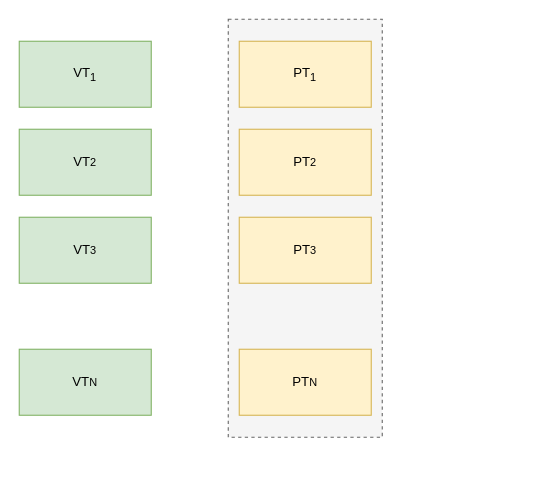
The draw.io diagram springboot-sandbox-server/src/main/resources/VirtualThreads.drawio in rixlabs/springboot-sandbox, before the edit. Source tidied: cells renumbered, new cells numbered last; positions are measured from the earlier drawing's top-left corner, leaving out a move shared by most shapes. Both pictures are drawn from the tidied source at 110%, with x=0, y=0 at pixel (19, 19).
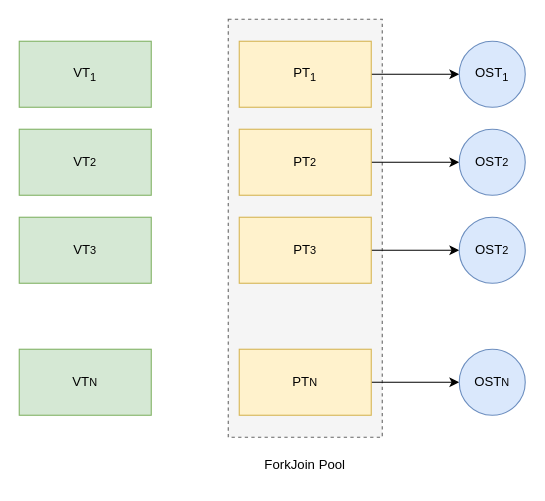
The same page after the edit.

The edit, as a diff of the source:
```diff
@@
 <mxGraphModel>
   <root>
     <mxCell id="0" />
     <mxCell id="1" parent="0" />
     <mxCell id="2" value="VT&lt;sub&gt;1&lt;/sub&gt;" style="rounded=0;whiteSpace=wrap;html=1;fillColor=#d5e8d4;strokeColor=#82b366;" parent="1" vertex="1">
       <mxGeometry y="20" width="120" height="60" as="geometry" />
     </mxCell>
     <mxCell id="3" value="VT&lt;span style=&quot;font-size: 10px;&quot;&gt;2&lt;/span&gt;" style="rounded=0;whiteSpace=wrap;html=1;fillColor=#d5e8d4;strokeColor=#82b366;" parent="1" vertex="1">
       <mxGeometry y="100" width="120" height="60" as="geometry" />
     </mxCell>
     <mxCell id="4" value="VT&lt;span style=&quot;font-size: 10px;&quot;&gt;3&lt;/span&gt;" style="rounded=0;whiteSpace=wrap;html=1;fillColor=#d5e8d4;strokeColor=#82b366;" parent="1" vertex="1">
       <mxGeometry y="180" width="120" height="60" as="geometry" />
     </mxCell>
     <mxCell id="5" value="VT&lt;span style=&quot;font-size: 10px;&quot;&gt;N&lt;/span&gt;" style="rounded=0;whiteSpace=wrap;html=1;fillColor=#d5e8d4;strokeColor=#82b366;" parent="1" vertex="1">
       <mxGeometry y="300" width="120" height="60" as="geometry" />
     </mxCell>
     <mxCell id="6" style="rounded=0;whiteSpace=wrap;html=1;dashed=1;fillColor=#f5f5f5;fontColor=#333333;strokeColor=#666666;" parent="1" vertex="1">
       <mxGeometry x="190" width="140" height="380" as="geometry" />
     </mxCell>
+    <mxCell id="11" style="edgeStyle=orthogonalEdgeStyle;rounded=0;jettySize=auto;html=1;" parent="1" edge="1" source="7" target="16">
+      <mxGeometry relative="1" as="geometry" />
+    </mxCell>
     <mxCell id="7" value="PT&lt;sub&gt;1&lt;/sub&gt;" style="rounded=0;whiteSpace=wrap;html=1;fillColor=#fff2cc;strokeColor=#d6b656;" parent="1" vertex="1">
       <mxGeometry x="200" y="20" width="120" height="60" as="geometry" />
     </mxCell>
+    <mxCell id="12" style="edgeStyle=orthogonalEdgeStyle;rounded=0;jettySize=auto;html=1;" parent="1" edge="1" source="8" target="17">
+      <mxGeometry relative="1" as="geometry" />
+    </mxCell>
     <mxCell id="8" value="PT&lt;span style=&quot;font-size: 10px;&quot;&gt;2&lt;/span&gt;" style="rounded=0;whiteSpace=wrap;html=1;fillColor=#fff2cc;strokeColor=#d6b656;" parent="1" vertex="1">
       <mxGeometry x="200" y="100" width="120" height="60" as="geometry" />
     </mxCell>
+    <mxCell id="13" style="edgeStyle=orthogonalEdgeStyle;rounded=0;jettySize=auto;html=1;" parent="1" edge="1" source="9" target="18">
+      <mxGeometry relative="1" as="geometry" />
+    </mxCell>
     <mxCell id="9" value="PT&lt;span style=&quot;font-size: 10px;&quot;&gt;3&lt;/span&gt;" style="rounded=0;whiteSpace=wrap;html=1;fillColor=#fff2cc;strokeColor=#d6b656;" parent="1" vertex="1">
       <mxGeometry x="200" y="180" width="120" height="60" as="geometry" />
     </mxCell>
+    <mxCell id="14" style="edgeStyle=orthogonalEdgeStyle;rounded=0;jettySize=auto;html=1;" parent="1" edge="1" source="10" target="19">
+      <mxGeometry relative="1" as="geometry" />
+    </mxCell>
     <mxCell id="10" value="PT&lt;span style=&quot;font-size: 10px;&quot;&gt;N&lt;/span&gt;" style="rounded=0;whiteSpace=wrap;html=1;fillColor=#fff2cc;strokeColor=#d6b656;" parent="1" vertex="1">
       <mxGeometry x="200" y="300" width="120" height="60" as="geometry" />
     </mxCell>
+    <mxCell id="15" value="ForkJoin Pool" style="text;html=1;strokeColor=none;fillColor=none;align=center;verticalAlign=middle;whiteSpace=wrap;rounded=0;" parent="1" vertex="1">
+      <mxGeometry x="220" y="390" width="80" height="30" as="geometry" />
+    </mxCell>
+    <mxCell id="16" value="OST&lt;sub&gt;1&lt;/sub&gt;" style="ellipse;whiteSpace=wrap;html=1;fillColor=#dae8fc;strokeColor=#6c8ebf;" parent="1" vertex="1">
+      <mxGeometry x="400" y="20" width="60" height="60" as="geometry" />
+    </mxCell>
+    <mxCell id="17" value="OST&lt;span style=&quot;font-size: 10px;&quot;&gt;2&lt;/span&gt;" style="ellipse;whiteSpace=wrap;html=1;fillColor=#dae8fc;strokeColor=#6c8ebf;" parent="1" vertex="1">
+      <mxGeometry x="400" y="100" width="60" height="60" as="geometry" />
+    </mxCell>
+    <mxCell id="18" value="OST&lt;span style=&quot;font-size: 10px;&quot;&gt;2&lt;/span&gt;" style="ellipse;whiteSpace=wrap;html=1;fillColor=#dae8fc;strokeColor=#6c8ebf;" parent="1" vertex="1">
+      <mxGeometry x="400" y="180" width="60" height="60" as="geometry" />
+    </mxCell>
+    <mxCell id="19" value="OST&lt;span style=&quot;font-size: 10px;&quot;&gt;N&lt;/span&gt;" style="ellipse;whiteSpace=wrap;html=1;fillColor=#dae8fc;strokeColor=#6c8ebf;" parent="1" vertex="1">
+      <mxGeometry x="400" y="300" width="60" height="60" as="geometry" />
+    </mxCell>
   </root>
 </mxGraphModel>
```
